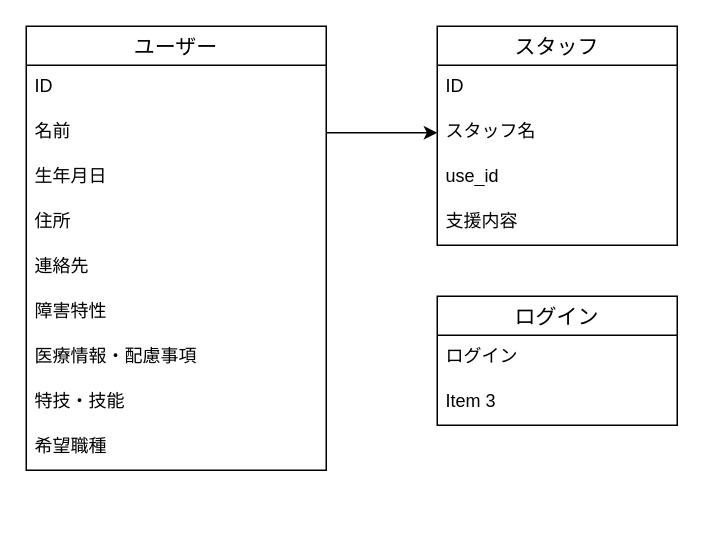
Earlier version of the draw.io diagram plofileSheet/plof_ER.drawio (mori1252/ProfileSheet). Source tidied: cells renumbered, new cells numbered last; positions are measured from the earlier drawing's top-left corner, leaving out a move shared by most shapes. Both pictures are drawn from the tidied source at 150%, with x=0, y=0 at pixel (26, 26).
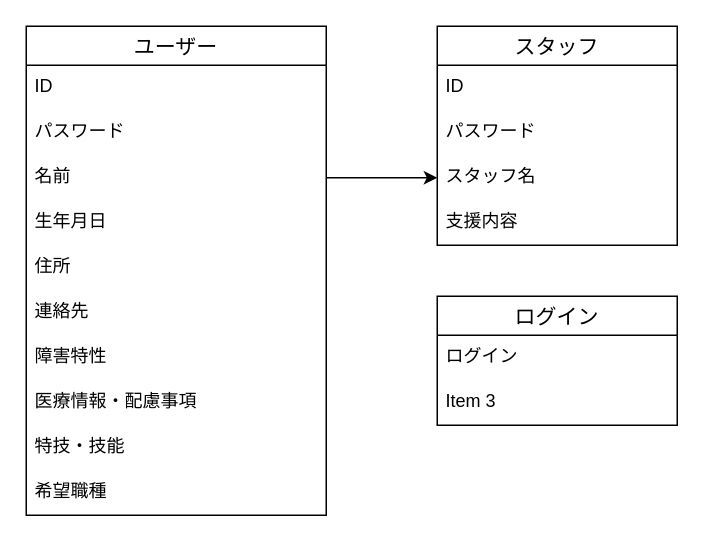
The same diagram, later.

Commit message (it also covers changes not shown here):
画面遷移図を追加

The change refers to these unchanged cells:
```xml
<mxCell id="12" value="スタッフ" style="swimlane;fontStyle=0;horizontal=1;startSize=26;align=center;fontSize=14;" parent="1" vertex="1">
  <mxGeometry x="274" width="160" height="146" as="geometry" />
</mxCell>
```

Diff of the diagram source:
```diff
@@
     <mxCell id="2" value="ユーザー" style="swimlane;fontStyle=0;horizontal=1;startSize=26;align=center;fontSize=14;" parent="1" vertex="1">
-      <mxGeometry width="200" height="296" as="geometry" />
+      <mxGeometry width="200" height="326" as="geometry" />
     </mxCell>
@@
+    <mxCell id="21" value="パスワード" style="text;strokeColor=none;fillColor=none;spacingLeft=4;spacingRight=4;overflow=hidden;fontSize=12;whiteSpace=wrap;html=1;" parent="2" vertex="1">
+      <mxGeometry y="56" width="200" height="30" as="geometry" />
+    </mxCell>
     <mxCell id="4" value="名前&lt;span style=&quot;white-space: pre;&quot;&gt;&#9;&lt;/span&gt;" style="text;strokeColor=none;fillColor=none;spacingLeft=4;spacingRight=4;overflow=hidden;points=[[0,0.5],[1,0.5]];portConstraint=eastwest;fontSize=12;whiteSpace=wrap;html=1;" parent="2" vertex="1">
-      <mxGeometry y="56" width="200" height="30" as="geometry" />
+      <mxGeometry y="86" width="200" height="30" as="geometry" />
     </mxCell>
     <mxCell id="5" value="生年月日" style="text;strokeColor=none;fillColor=none;spacingLeft=4;spacingRight=4;overflow=hidden;fontSize=12;whiteSpace=wrap;html=1;" parent="2" vertex="1">
-      <mxGeometry y="86" width="200" height="30" as="geometry" />
+      <mxGeometry y="116" width="200" height="30" as="geometry" />
     </mxCell>
     <mxCell id="6" value="住所" style="text;strokeColor=none;fillColor=none;spacingLeft=4;spacingRight=4;overflow=hidden;fontSize=12;whiteSpace=wrap;html=1;" parent="2" vertex="1">
-      <mxGeometry y="116" width="200" height="30" as="geometry" />
+      <mxGeometry y="146" width="200" height="30" as="geometry" />
     </mxCell>
     <mxCell id="7" value="連絡先" style="text;strokeColor=none;fillColor=none;spacingLeft=4;spacingRight=4;overflow=hidden;fontSize=12;whiteSpace=wrap;html=1;" parent="2" vertex="1">
-      <mxGeometry y="146" width="200" height="30" as="geometry" />
+      <mxGeometry y="176" width="200" height="30" as="geometry" />
     </mxCell>
     <mxCell id="8" value="障害特性" style="text;strokeColor=none;fillColor=none;spacingLeft=4;spacingRight=4;overflow=hidden;fontSize=12;whiteSpace=wrap;html=1;" parent="2" vertex="1">
-      <mxGeometry y="176" width="200" height="30" as="geometry" />
+      <mxGeometry y="206" width="200" height="30" as="geometry" />
     </mxCell>
     <mxCell id="9" value="医療情報・配慮事項" style="text;strokeColor=none;fillColor=none;spacingLeft=4;spacingRight=4;overflow=hidden;fontSize=12;whiteSpace=wrap;html=1;" parent="2" vertex="1">
-      <mxGeometry y="206" width="200" height="30" as="geometry" />
+      <mxGeometry y="236" width="200" height="30" as="geometry" />
     </mxCell>
     <mxCell id="10" value="特技・技能" style="text;strokeColor=none;fillColor=none;spacingLeft=4;spacingRight=4;overflow=hidden;fontSize=12;whiteSpace=wrap;html=1;" parent="2" vertex="1">
-      <mxGeometry y="236" width="200" height="30" as="geometry" />
+      <mxGeometry y="266" width="200" height="30" as="geometry" />
     </mxCell>
     <mxCell id="11" value="希望職種" style="text;strokeColor=none;fillColor=none;spacingLeft=4;spacingRight=4;overflow=hidden;fontSize=12;whiteSpace=wrap;html=1;" parent="2" vertex="1">
-      <mxGeometry y="266" width="200" height="30" as="geometry" />
+      <mxGeometry y="296" width="200" height="30" as="geometry" />
     </mxCell>
@@
+    <mxCell id="22" value="&lt;span style=&quot;color: rgb(0, 0, 0);&quot;&gt;パスワード&lt;/span&gt;" style="text;strokeColor=none;fillColor=none;spacingLeft=4;spacingRight=4;overflow=hidden;fontSize=12;whiteSpace=wrap;html=1;" parent="12" vertex="1">
+      <mxGeometry y="56" width="160" height="30" as="geometry" />
+    </mxCell>
-    <mxCell id="14" value="スタッフ名" style="text;strokeColor=none;fillColor=none;spacingLeft=4;spacingRight=4;overflow=hidden;points=[[0,0.5],[1,0.5]];portConstraint=eastwest;fontSize=12;whiteSpace=wrap;html=1;" parent="12" vertex="1">
-      <mxGeometry y="56" width="160" height="30" as="geometry" />
+    <mxCell id="14" value="&lt;div&gt;&lt;span style=&quot;background-color: transparent;&quot;&gt;スタッフ名&lt;/span&gt;&lt;/div&gt;" style="text;strokeColor=none;fillColor=none;spacingLeft=4;spacingRight=4;overflow=hidden;points=[[0,0.5],[1,0.5]];portConstraint=eastwest;fontSize=12;whiteSpace=wrap;html=1;" parent="12" vertex="1">
+      <mxGeometry y="86" width="160" height="30" as="geometry" />
     </mxCell>
-    <mxCell id="15" value="use_id" style="text;strokeColor=none;fillColor=none;spacingLeft=4;spacingRight=4;overflow=hidden;fontSize=12;whiteSpace=wrap;html=1;" parent="12" vertex="1">
-      <mxGeometry y="86" width="160" height="30" as="geometry" />
-    </mxCell>
```
